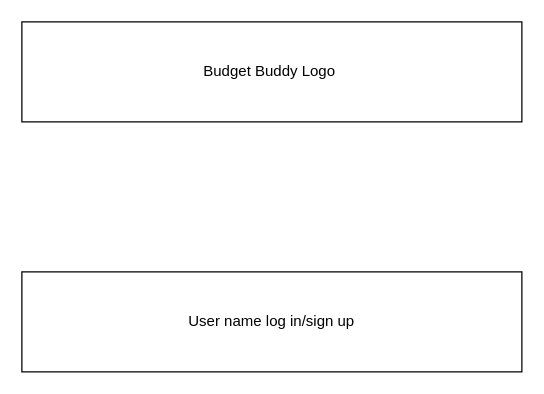
Above: homepage.drawio in NKR-28/Project-2 (draw.io), before the change. Source tidied: cells renumbered, new cells numbered last; positions are measured from the earlier drawing's top-left corner, leaving out a move shared by most shapes. Both pictures are drawn from the tidied source at 125%, with x=0, y=0 at pixel (21, 21).
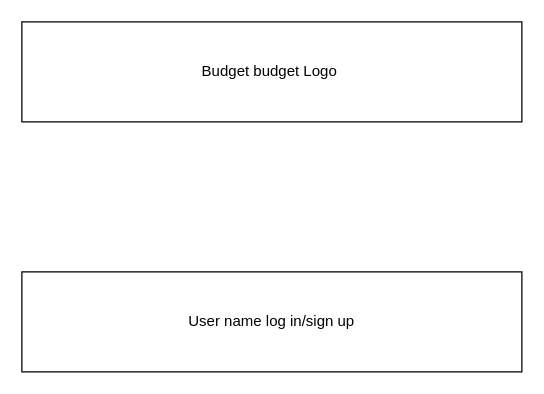
The same page after the edit.

Commit message (it also covers changes not shown here):
current budget pages load with dynamic data

What changed in the source:
```diff
@@
 <mxGraphModel>
   <root>
     <mxCell id="0" />
     <mxCell id="1" parent="0" />
-    <mxCell id="2" value="Budget Buddy Logo&amp;nbsp;" style="whiteSpace=wrap;html=1;" parent="1" vertex="1">
+    <mxCell id="2" value="Budget budget Logo&amp;nbsp;" style="whiteSpace=wrap;html=1;" parent="1" vertex="1">
       <mxGeometry width="400" height="80" as="geometry" />
     </mxCell>
     <mxCell id="3" value="User name log in/sign up" style="whiteSpace=wrap;html=1;" parent="1" vertex="1">
       <mxGeometry y="200" width="400" height="80" as="geometry" />
     </mxCell>
   </root>
 </mxGraphModel>
```
